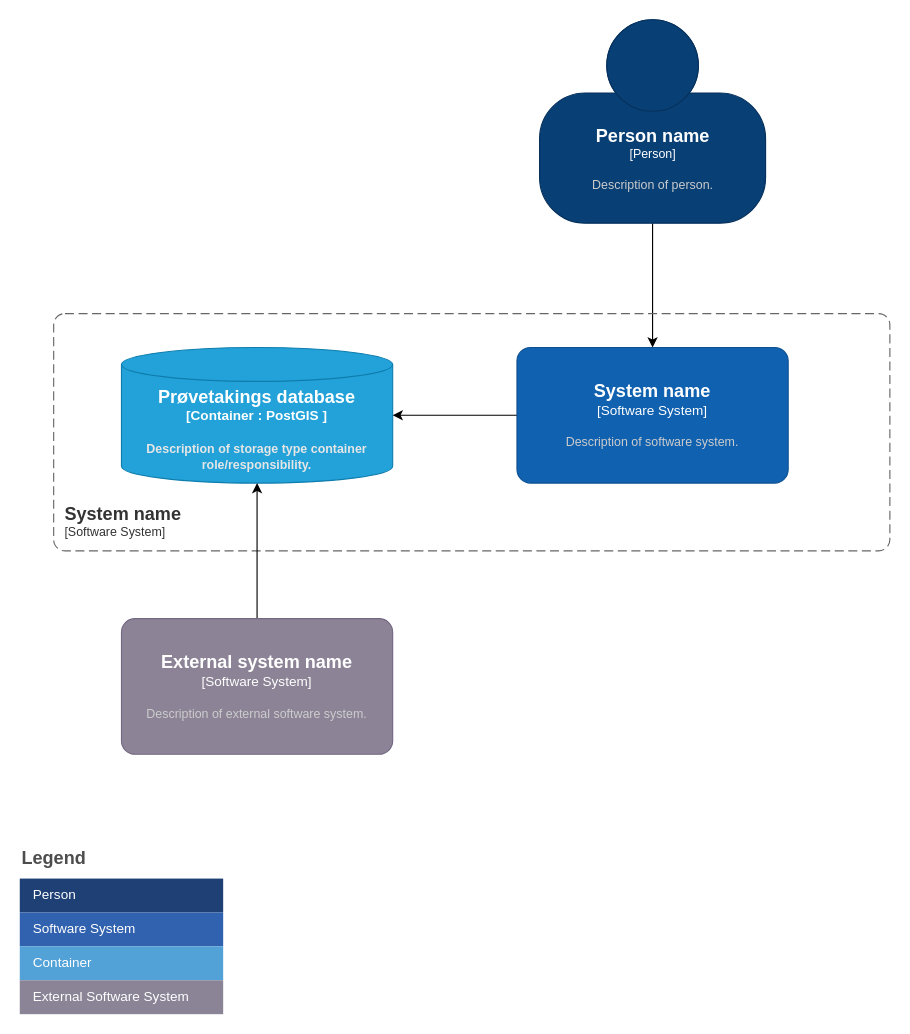
jankb/kotlintest keeps this draw.io diagram as page "Context Level" (1 of 2) of docs/designtest.drawio. Above is the earlier version. Source tidied: cells renumbered, new cells numbered last; positions are measured from the earlier drawing's top-left corner, leaving out a move shared by most shapes. Both pictures are drawn from the tidied source at 113%, with x=0, y=0 at pixel (19, 19).
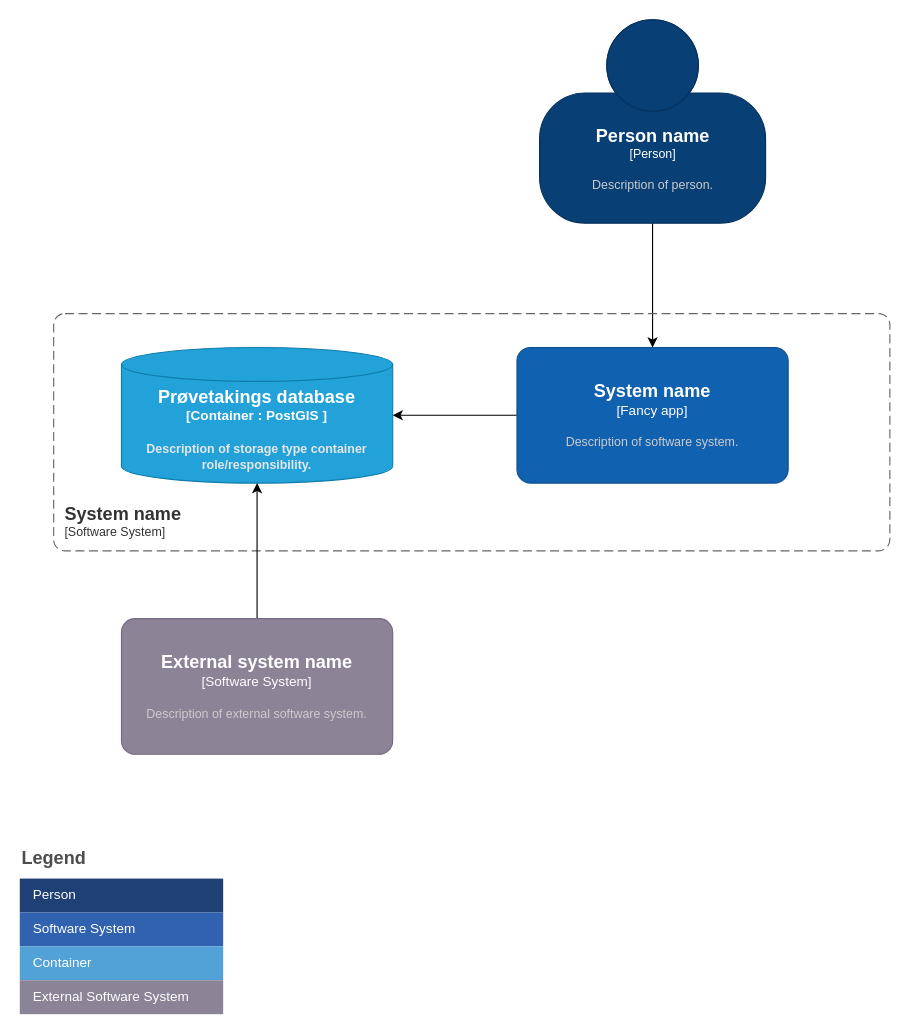
The same diagram, later.

The edit, as a diff of the source:
```diff
@@
 <mxGraphModel>
   <root>
     <mxCell id="0" />
     <mxCell id="1" parent="0" />
     <mxCell id="2" style="edgeStyle=orthogonalEdgeStyle;rounded=0;jettySize=auto;html=1;exitX=0.5;exitY=1;exitDx=0;exitDy=0;exitPerimeter=0;entryX=0.5;entryY=0;entryDx=0;entryDy=0;entryPerimeter=0;" parent="1" edge="1" source="3" target="6">
       <mxGeometry relative="1" as="geometry" />
     </mxCell>
     <object id="3" label="&lt;font style=&quot;font-size: 16px&quot;&gt;&lt;b&gt;%c4Name%&lt;/b&gt;&lt;/font&gt;&lt;div&gt;[%c4Type%]&lt;/div&gt;&lt;br&gt;&lt;div&gt;&lt;font style=&quot;font-size: 11px&quot;&gt;&lt;font color=&quot;#cccccc&quot;&gt;%c4Description%&lt;/font&gt;&lt;/div&gt;" c4Description="Description of person." c4Name="Person name" c4Type="Person" placeholders="1">
       <mxCell style="html=1;fontSize=11;dashed=0;whitespace=wrap;fillColor=#083F75;strokeColor=#06315C;fontColor=#ffffff;shape=mxgraph.c4.person2;align=center;points=[[0.5,0,0],[1,0.5,0],[1,0.75,0],[0.75,1,0],[0.5,1,0],[0.25,1,0],[0,0.75,0],[0,0.5,0]];" parent="1" vertex="1">
         <mxGeometry x="460" width="200" height="180" as="geometry" />
       </mxCell>
     </object>
     <object id="4" label="&lt;font style=&quot;font-size: 16px&quot;&gt;&lt;b&gt;%c4Type%&lt;/font&gt;&lt;div&gt;[%c4Container%:&amp;nbsp;%c4Technology%]&lt;/div&gt;&lt;br&gt;&lt;div&gt;&lt;font style=&quot;font-size: 11px&quot;&gt;&lt;font color=&quot;#E6E6E6&quot;&gt;%c4Description%&lt;/font&gt;&lt;/div&gt;" c4Container="Container " c4Description="Description of storage type container role/responsibility." c4Technology="PostGIS " c4Type="Prøvetakings database" placeholders="1">
       <mxCell style="shape=cylinder3;size=15;whiteSpace=wrap;html=1;boundedLbl=1;rounded=0;labelBackgroundColor=none;fillColor=#23A2D9;fontSize=12;fontColor=#ffffff;align=center;strokeColor=#0E7DAD;points=[[0.5,0,0],[1,0.25,0],[1,0.5,0],[1,0.75,0],[0.5,1,0],[0,0.75,0],[0,0.5,0],[0,0.25,0]];" parent="1" vertex="1">
         <mxGeometry x="90" y="290" width="240" height="120" as="geometry" />
       </mxCell>
     </object>
     <mxCell id="5" style="edgeStyle=orthogonalEdgeStyle;rounded=0;jettySize=auto;html=1;exitX=0;exitY=0.5;exitDx=0;exitDy=0;exitPerimeter=0;entryX=1;entryY=0.5;entryDx=0;entryDy=0;entryPerimeter=0;" parent="1" edge="1" source="6" target="4">
       <mxGeometry relative="1" as="geometry" />
     </mxCell>
-    <object id="6" label="&lt;font style=&quot;font-size: 16px&quot;&gt;&lt;b&gt;%c4Name%&lt;/b&gt;&lt;/font&gt;&lt;div&gt;[%c4Type%]&lt;/div&gt;&lt;br&gt;&lt;div&gt;&lt;font style=&quot;font-size: 11px&quot;&gt;&lt;font color=&quot;#cccccc&quot;&gt;%c4Description%&lt;/font&gt;&lt;/div&gt;" c4Description="Description of software system." c4Name="System name" c4Type="Software System" placeholders="1">
+    <object id="6" label="&lt;font style=&quot;font-size: 16px&quot;&gt;&lt;b&gt;%c4Name%&lt;/b&gt;&lt;/font&gt;&lt;div&gt;[%c4Type%]&lt;/div&gt;&lt;br&gt;&lt;div&gt;&lt;font style=&quot;font-size: 11px&quot;&gt;&lt;font color=&quot;#cccccc&quot;&gt;%c4Description%&lt;/font&gt;&lt;/div&gt;" c4Description="Description of software system." c4Name="System name" c4Type="Fancy app" placeholders="1">
       <mxCell style="rounded=1;whiteSpace=wrap;html=1;labelBackgroundColor=none;fillColor=#1061B0;fontColor=#ffffff;align=center;arcSize=10;strokeColor=#0D5091;points=[[0.25,0,0],[0.5,0,0],[0.75,0,0],[1,0.25,0],[1,0.5,0],[1,0.75,0],[0.75,1,0],[0.5,1,0],[0.25,1,0],[0,0.75,0],[0,0.5,0],[0,0.25,0]];" parent="1" vertex="1">
         <mxGeometry x="440" y="290" width="240" height="120" as="geometry" />
       </mxCell>
     </object>
     <object id="7" label="&lt;font style=&quot;font-size: 16px&quot;&gt;&lt;b&gt;&lt;div style=&quot;text-align: left&quot;&gt;%c4Name%&lt;/div&gt;&lt;/b&gt;&lt;/font&gt;&lt;div style=&quot;text-align: left&quot;&gt;[%c4Application%]&lt;/div&gt;" c4Application="Software System" c4Name="System name" placeholders="1">
       <mxCell style="rounded=1;fontSize=11;whiteSpace=wrap;html=1;dashed=1;arcSize=20;fillColor=none;strokeColor=#666666;fontColor=#333333;labelBackgroundColor=none;align=left;verticalAlign=bottom;labelBorderColor=none;spacingTop=0;spacing=10;dashPattern=8 4;perimeter=rectanglePerimeter;noLabel=0;labelPadding=0;absoluteArcSize=1;" parent="1" vertex="1">
         <mxGeometry x="30" y="260" width="740" height="210" as="geometry" />
       </mxCell>
     </object>
     <mxCell id="8" style="edgeStyle=orthogonalEdgeStyle;rounded=0;jettySize=auto;html=1;exitX=0.5;exitY=0;exitDx=0;exitDy=0;exitPerimeter=0;" parent="1" edge="1" source="9" target="4">
       <mxGeometry relative="1" as="geometry" />
     </mxCell>
     <object id="9" label="&lt;font style=&quot;font-size: 16px&quot;&gt;&lt;b&gt;%c4Name%&lt;/b&gt;&lt;/font&gt;&lt;div&gt;[%c4Type%]&lt;/div&gt;&lt;br&gt;&lt;div&gt;&lt;font style=&quot;font-size: 11px&quot;&gt;&lt;font color=&quot;#cccccc&quot;&gt;%c4Description%&lt;/font&gt;&lt;/div&gt;" c4Description="Description of external software system." c4Name="External system name" c4Type="Software System" placeholders="1">
       <mxCell style="rounded=1;whiteSpace=wrap;html=1;labelBackgroundColor=none;fillColor=#8C8496;fontColor=#ffffff;align=center;arcSize=10;strokeColor=#736782;points=[[0.25,0,0],[0.5,0,0],[0.75,0,0],[1,0.25,0],[1,0.5,0],[1,0.75,0],[0.75,1,0],[0.5,1,0],[0.25,1,0],[0,0.75,0],[0,0.5,0],[0,0.25,0]];" parent="1" vertex="1">
         <mxGeometry x="90" y="530" width="240" height="120" as="geometry" />
       </mxCell>
     </object>
     <mxCell id="10" value="Legend" style="align=left;fontSize=16;fontStyle=1;strokeColor=none;fillColor=none;fontColor=#4D4D4D;spacingTop=-8;" parent="1" vertex="1">
       <mxGeometry y="730" width="180" height="30" as="geometry" />
     </mxCell>
     <mxCell id="11" style="shape=table;html=1;whiteSpace=wrap;startSize=0;childLayout=tableLayout;fillColor=none;align=left;spacingLeft=10;strokeColor=none;rounded=1;arcSize=11;fontColor=#FFFFFF;" parent="1" vertex="1">
       <mxGeometry y="760" width="180" height="120" as="geometry" />
     </mxCell>
     <mxCell id="12" value="Person" style="shape=partialRectangle;html=1;whiteSpace=wrap;fillColor=#1E4074;top=0;left=0;bottom=0;right=0;overflow=hidden;align=left;spacingLeft=10;strokeColor=none;fontColor=#FFFFFF;" parent="11" vertex="1">
       <mxGeometry width="180" height="30" as="geometry" />
     </mxCell>
     <mxCell id="13" value="Software System" style="shape=partialRectangle;html=1;whiteSpace=wrap;fillColor=#3162AF;top=0;left=0;bottom=0;right=0;overflow=hidden;align=left;spacingLeft=10;fontColor=#FFFFFF;" parent="11" vertex="1">
       <mxGeometry y="30" width="180" height="30" as="geometry" />
     </mxCell>
     <mxCell id="14" value="Container" style="shape=partialRectangle;html=1;whiteSpace=wrap;fillColor=#52A2D8;top=0;left=0;bottom=0;right=0;overflow=hidden;align=left;spacingLeft=10;fontColor=#FFFFFF;" parent="11" vertex="1">
       <mxGeometry y="60" width="180" height="30" as="geometry" />
     </mxCell>
     <mxCell id="15" value="External Software System" style="shape=partialRectangle;html=1;whiteSpace=wrap;fillColor=#8B8496;top=0;left=0;bottom=0;right=0;overflow=hidden;align=left;spacingLeft=10;fontColor=#FFFFFF;" parent="11" vertex="1">
       <mxGeometry y="90" width="180" height="30" as="geometry" />
     </mxCell>
   </root>
 </mxGraphModel>
```
